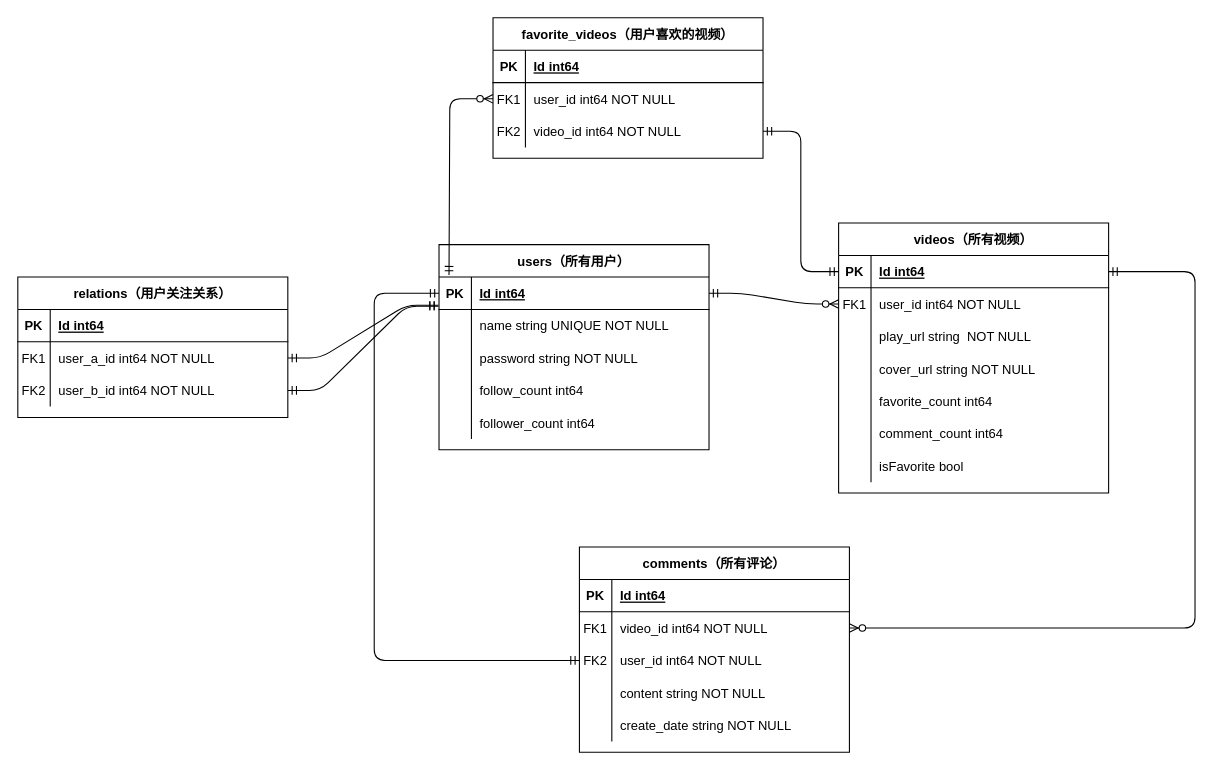
Above: ERD.drawio in zenpk/mini-douyin (draw.io), before the change. Source tidied: cells renumbered, new cells numbered last; positions are measured from the earlier drawing's top-left corner, leaving out a move shared by most shapes. Both pictures are drawn from the tidied source at 108%, with x=0, y=0 at pixel (17, 17).
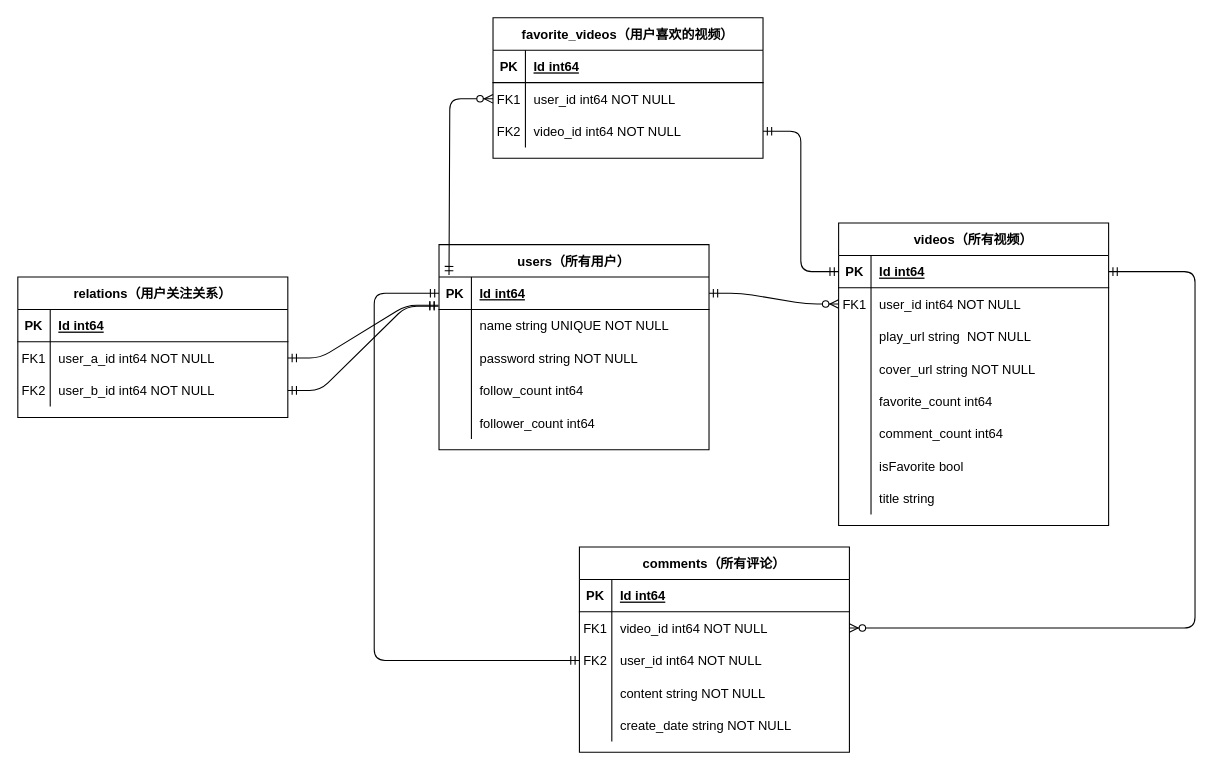
The same page after the edit.

What changed in the source:
```diff
@@
     <mxCell id="2" value="videos（所有视频）" style="shape=table;startSize=30;childLayout=tableLayout;rowLines=0;fontStyle=1;align=center;fontFamily=思源黑体;" parent="1" vertex="1">
-      <mxGeometry x="760" y="190" width="250" height="250" as="geometry" />
+      <mxGeometry x="760" y="190" width="250" height="280" as="geometry" />
     </mxCell>
@@
+    <mxCell id="83" style="shape=partialRectangle;fillColor=none;top=0;left=0;right=0;bottom=0;fontFamily=思源黑体;" parent="2" vertex="1">
+      <mxGeometry y="240" width="250" height="30" as="geometry" />
+    </mxCell>
+    <mxCell id="84" style="shape=partialRectangle;overflow=hidden;fillColor=none;top=0;left=0;bottom=0;right=0;fontFamily=思源黑体;" parent="83" vertex="1">
+      <mxGeometry width="30" height="30" as="geometry" />
+    </mxCell>
+    <mxCell id="85" value="title string" style="shape=partialRectangle;overflow=hidden;fillColor=none;top=0;left=0;bottom=0;right=0;align=left;spacingLeft=6;fontFamily=思源黑体;" parent="83" vertex="1">
+      <mxGeometry x="30" width="220" height="30" as="geometry" />
+    </mxCell>
```
